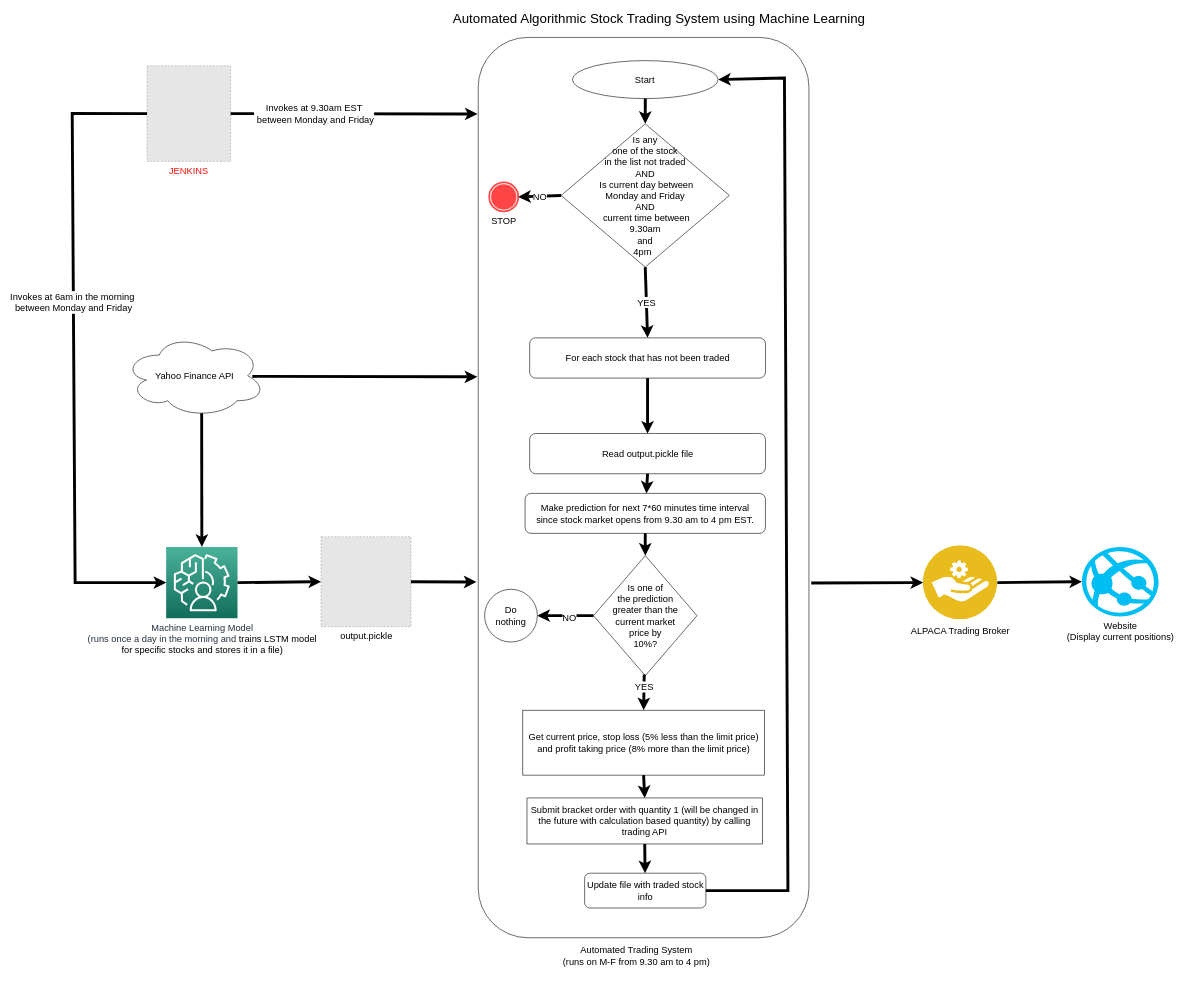
The draw.io diagram documents/project-2.drawio in anjanshrestha123/automated-algorithmic-stock-trading-system, before the edit. Source tidied: cells renumbered, new cells numbered last; positions are measured from the earlier drawing's top-left corner, leaving out a move shared by most shapes. Both pictures are drawn from the tidied source at 58%, with x=0, y=0 at pixel (72, 10). Pictures stored in the file or linked from it are replaced by grey dashed boxes.
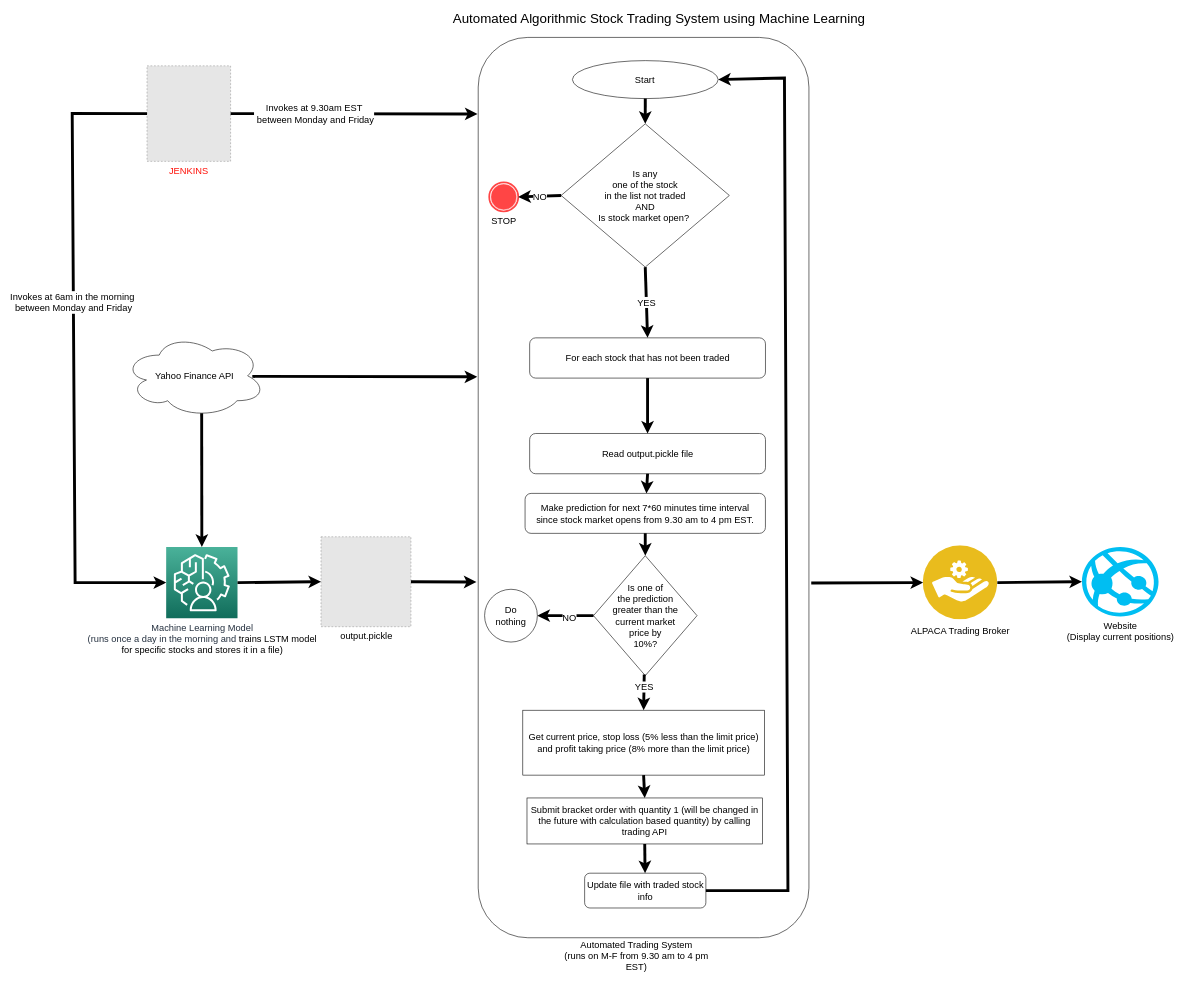
The same diagram, later.

Diff of the diagram source:
```diff
@@
-    <mxCell id="11" value="Automated Trading System&lt;br&gt;(runs on M-F from 9.30 am to 4 pm)" style="text;html=1;strokeColor=none;fillColor=none;align=center;verticalAlign=middle;whiteSpace=wrap;rounded=0;fontSize=16;" parent="1" vertex="1">
+    <mxCell id="11" value="Automated Trading System&lt;br&gt;(runs on M-F from 9.30 am to 4 pm EST)" style="text;html=1;strokeColor=none;fillColor=none;align=center;verticalAlign=middle;whiteSpace=wrap;rounded=0;fontSize=16;" parent="1" vertex="1">
       <mxGeometry x="832" y="1613" width="281.6" height="34.5" as="geometry" />
     </mxCell>
@@
-    <mxCell id="41" value="Is any &lt;br&gt;one of the stock &lt;br&gt;in the list not traded&lt;br&gt;AND&lt;br&gt;&amp;nbsp;Is current day between &lt;br&gt;Monday and Friday &lt;br&gt;AND&lt;br&gt;&amp;nbsp;current time between &lt;br&gt;9.30am &lt;br&gt;and &lt;br&gt;4pm&amp;nbsp;&amp;nbsp;" style="rhombus;whiteSpace=wrap;html=1;fontSize=16;fontColor=#000000;" parent="1" vertex="1">
+    <mxCell id="41" value="Is any &lt;br&gt;one of the stock &lt;br&gt;in the list not traded&lt;br&gt;AND&lt;br&gt;&amp;nbsp;Is stock market open?&amp;nbsp;&amp;nbsp;" style="rhombus;whiteSpace=wrap;html=1;fontSize=16;fontColor=#000000;" parent="1" vertex="1">
       <mxGeometry x="843" y="196" width="290" height="247" as="geometry" />
     </mxCell>
```
